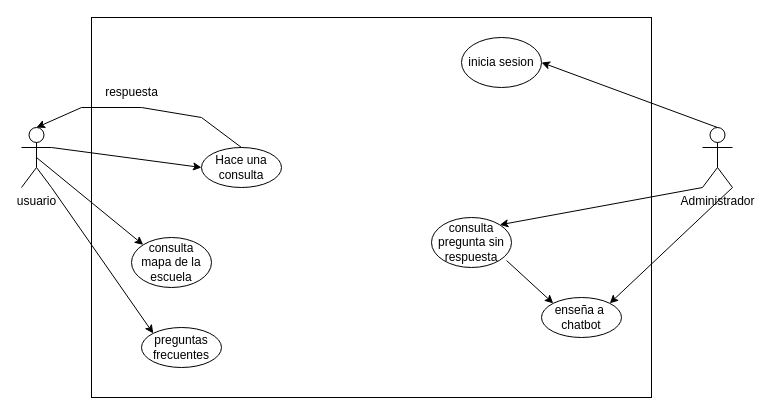
bs-andres/proyecto-chatbot keeps this draw.io diagram as otros/casos_de_uso.drawio. Above is the earlier version. Source tidied: cells renumbered, new cells numbered last; positions are measured from the earlier drawing's top-left corner, leaving out a move shared by most shapes. Both pictures are drawn from the tidied source at 100%, with x=0, y=0 at pixel (21, 17).
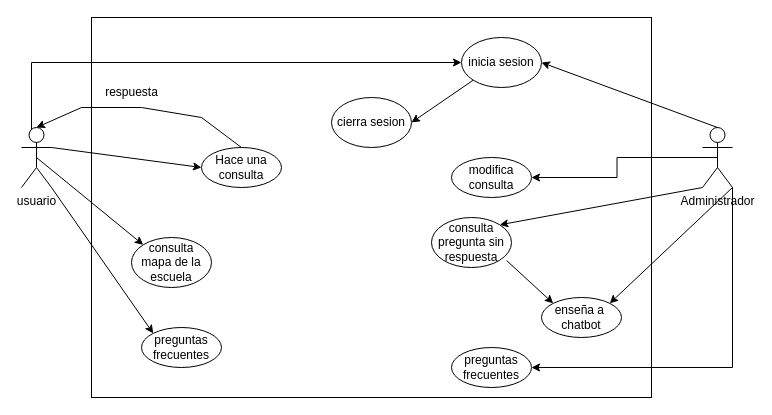
After the change.

The change refers to these unchanged cells:
```xml
<mxCell id="3" value="inicia sesion" style="ellipse;whiteSpace=wrap;html=1;" parent="1" vertex="1">
  <mxGeometry x="440" y="20" width="80" height="50" as="geometry" />
</mxCell>
<mxCell id="5" value="usuario" style="shape=umlActor;verticalLabelPosition=bottom;verticalAlign=top;html=1;outlineConnect=0;" parent="1" vertex="1">
  <mxGeometry y="110" width="30" height="60" as="geometry" />
</mxCell>
<mxCell id="6" value="Administrador" style="shape=umlActor;verticalLabelPosition=bottom;verticalAlign=top;html=1;outlineConnect=0;" parent="1" vertex="1">
  <mxGeometry x="681" y="110" width="30" height="60" as="geometry" />
</mxCell>
```

The edit, as a diff of the source:
```diff
@@
-<mxGraphModel background="#FFFFFF">
+<mxGraphModel>
@@
+    <mxCell id="20" style="edgeStyle=orthogonalEdgeStyle;rounded=0;jettySize=auto;html=1;exitX=0.75;exitY=0.1;exitDx=0;exitDy=0;exitPerimeter=0;entryX=0;entryY=0.5;entryDx=0;entryDy=0;" parent="1" edge="1" source="5" target="3">
+      <mxGeometry relative="1" as="geometry">
+        <Array as="points">
+          <mxPoint x="10" y="116" />
+          <mxPoint x="10" y="45" />
+        </Array>
+      </mxGeometry>
+    </mxCell>
@@
+    <mxCell id="21" style="edgeStyle=orthogonalEdgeStyle;rounded=0;jettySize=auto;html=1;exitX=1;exitY=1;exitDx=0;exitDy=0;exitPerimeter=0;entryX=1;entryY=0.5;entryDx=0;entryDy=0;" parent="1" edge="1" source="6" target="24">
+      <mxGeometry relative="1" as="geometry" />
+    </mxCell>
+    <mxCell id="22" style="edgeStyle=orthogonalEdgeStyle;rounded=0;jettySize=auto;html=1;exitX=0.5;exitY=0.5;exitDx=0;exitDy=0;exitPerimeter=0;" parent="1" edge="1" source="6" target="23">
+      <mxGeometry relative="1" as="geometry" />
+    </mxCell>
@@
+    <mxCell id="23" value="modifica consulta" style="ellipse;whiteSpace=wrap;html=1;" parent="1" vertex="1">
+      <mxGeometry x="430" y="140" width="80" height="40" as="geometry" />
+    </mxCell>
+    <mxCell id="24" value="preguntas frecuentes" style="ellipse;whiteSpace=wrap;html=1;" parent="1" vertex="1">
+      <mxGeometry x="430" y="330" width="80" height="40" as="geometry" />
+    </mxCell>
+    <mxCell id="25" value="cierra sesion" style="ellipse;whiteSpace=wrap;html=1;" parent="1" vertex="1">
+      <mxGeometry x="310" y="80" width="80" height="50" as="geometry" />
+    </mxCell>
+    <mxCell id="26" style="edgeStyle=none;jettySize=auto;html=1;rounded=0;exitX=0;exitY=1;exitDx=0;exitDy=0;entryX=1;entryY=0.5;entryDx=0;entryDy=0;" parent="1" edge="1" source="3" target="25">
+      <mxGeometry relative="1" as="geometry" />
+    </mxCell>
```
